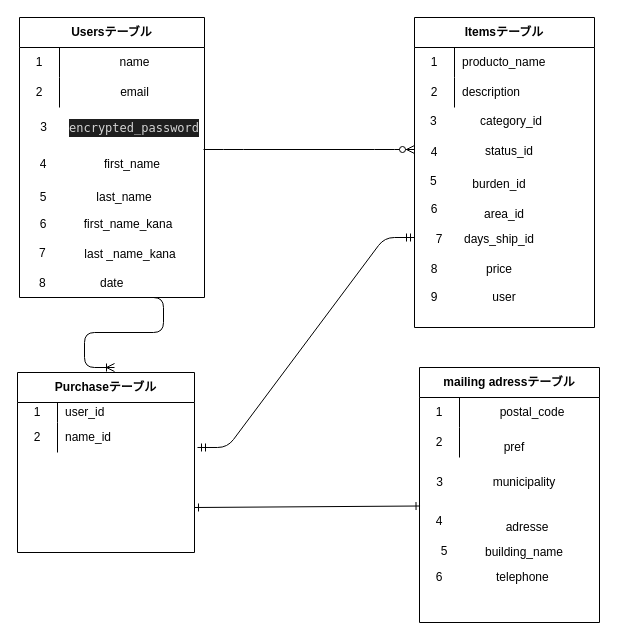
The draw.io diagram er.dio in takashi-Q/furima-34867, before the edit. Source tidied: cells renumbered, new cells numbered last; positions are measured from the earlier drawing's top-left corner, leaving out a move shared by most shapes. Both pictures are drawn from the tidied source at 100%, with x=0, y=0 at pixel (17, 17).
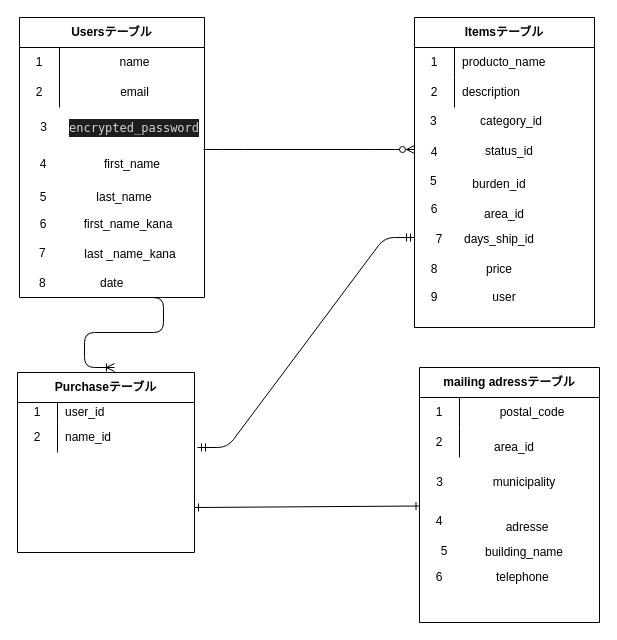
The same diagram, later.

Commit message (it also covers changes not shown here):
データベース設計　No.5

The edit, as a diff of the source:
```diff
@@
-    <mxCell id="68" value="pref" style="text;html=1;strokeColor=none;fillColor=none;align=center;verticalAlign=middle;whiteSpace=wrap;rounded=0;" parent="1" vertex="1">
+    <mxCell id="68" value="area_id" style="text;html=1;strokeColor=none;fillColor=none;align=center;verticalAlign=middle;whiteSpace=wrap;rounded=0;" parent="1" vertex="1">
       <mxGeometry x="477" y="420" width="40" height="20" as="geometry" />
     </mxCell>
```
